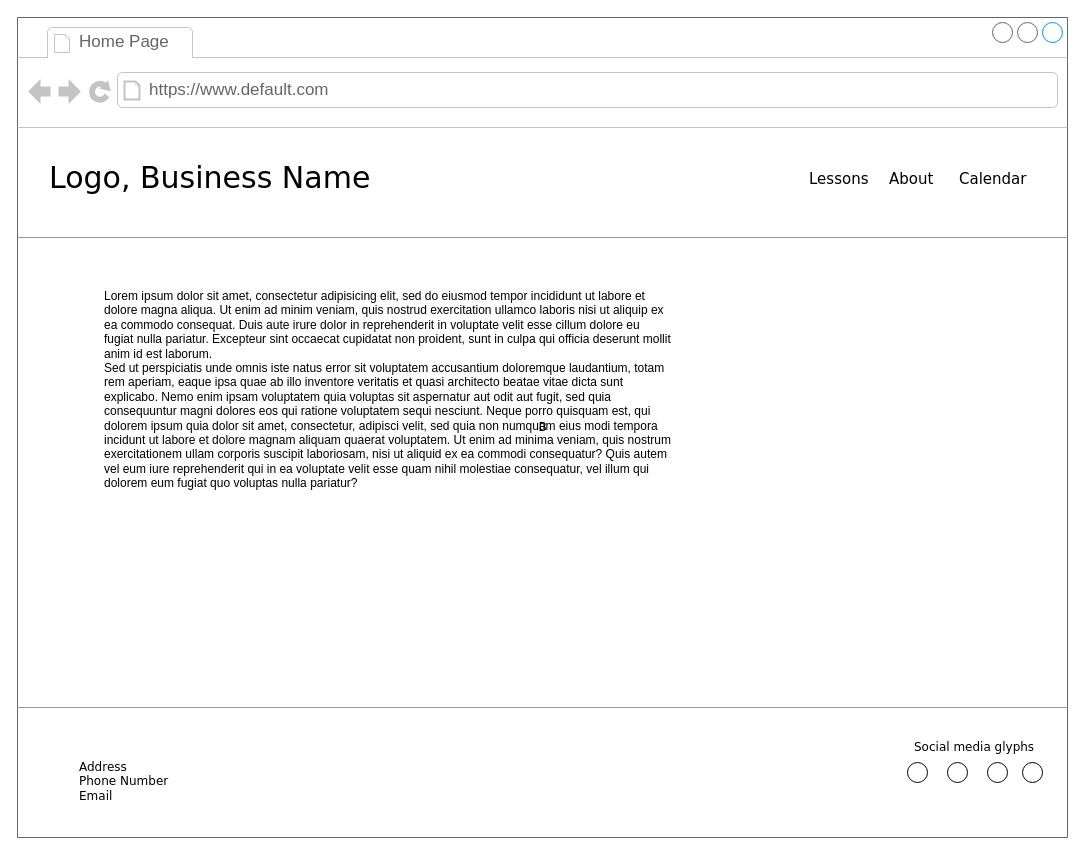
Earlier version of the draw.io diagram page "Home Page (Lg Screen)" (2 of 5) of sketches/sitemap-and-layouts.drawio (cyyllam/archery-site). Source tidied: cells renumbered, new cells numbered last; positions are measured from the earlier drawing's top-left corner, leaving out a move shared by most shapes. Both pictures are drawn from the tidied source at 100%, with x=0, y=0 at pixel (17, 17).
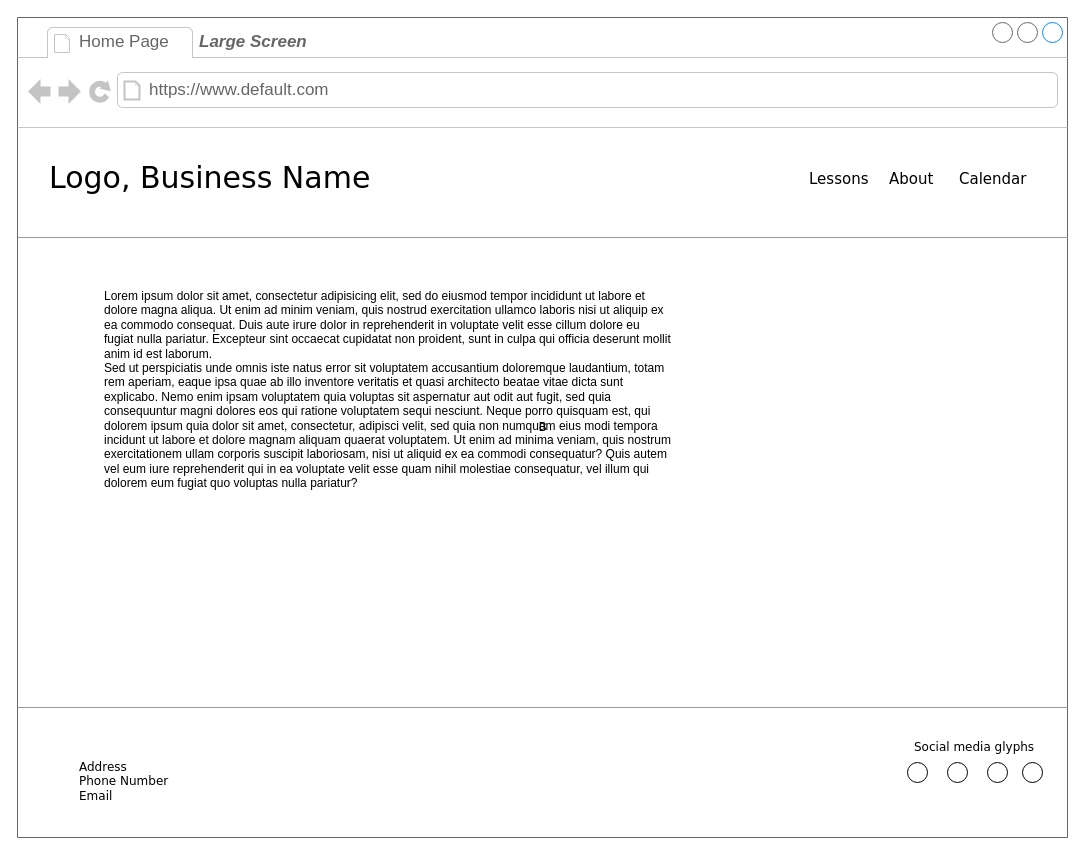
Above is the later version.

Commit message (it also covers changes not shown here):
updated sketches with small screen option

What changed in the source:
```diff
@@
 <mxGraphModel background="#ffffff">
   <root>
     <mxCell id="0" />
     <mxCell id="1" parent="0" />
     <mxCell id="2" value="B" style="strokeWidth=1;shadow=0;dashed=0;align=center;html=1;shape=mxgraph.mockup.containers.browserWindow;rSize=0;strokeColor=#666666;mainText=,;rounded=0;labelBackgroundColor=none;fontFamily=Verdana;fontSize=12;" parent="1" vertex="1">
       <mxGeometry width="1050" height="820" as="geometry" />
     </mxCell>
     <mxCell id="3" value="Home Page" style="strokeWidth=1;shadow=0;dashed=0;align=center;html=1;shape=mxgraph.mockup.containers.anchor;fontSize=17;fontColor=#666666;align=left;" parent="2" vertex="1">
       <mxGeometry x="60" y="12" width="110" height="26" as="geometry" />
     </mxCell>
     <mxCell id="4" value="https://www.default.com" style="strokeWidth=1;shadow=0;dashed=0;align=center;html=1;shape=mxgraph.mockup.containers.anchor;rSize=0;fontSize=17;fontColor=#666666;align=left;" parent="2" vertex="1">
       <mxGeometry x="130" y="60" width="250" height="26" as="geometry" />
     </mxCell>
     <mxCell id="5" value="Logo, Business Name" style="text;html=1;align=left;verticalAlign=top;spacingTop=-4;fontSize=30;fontFamily=Verdana;" parent="2" vertex="1">
       <mxGeometry x="30" y="140" width="340" height="50" as="geometry" />
     </mxCell>
     <mxCell id="6" style="verticalLabelPosition=bottom;shadow=0;dashed=0;align=center;html=1;verticalAlign=top;strokeWidth=1;shape=mxgraph.mockup.markup.line;strokeColor=#999999;rounded=0;labelBackgroundColor=none;fillColor=#ffffff;fontFamily=Verdana;fontSize=12;fontColor=#000000;" parent="2" vertex="1">
       <mxGeometry y="210" width="1050" height="20" as="geometry" />
     </mxCell>
     <mxCell id="7" value="Lorem ipsum dolor sit amet, consectetur adipisicing elit, sed do eiusmod tempor incididunt ut labore et dolore magna aliqua. Ut enim ad minim veniam, quis nostrud exercitation ullamco laboris nisi ut aliquip ex ea commodo consequat. Duis aute irure dolor in reprehenderit in voluptate velit esse cillum dolore eu fugiat nulla pariatur. Excepteur sint occaecat cupidatat non proident, sunt in culpa qui officia deserunt mollit anim id est laborum.&#10;Sed ut perspiciatis unde omnis iste natus error sit voluptatem accusantium doloremque laudantium, totam rem aperiam, eaque ipsa quae ab illo inventore veritatis et quasi architecto beatae vitae dicta sunt explicabo. Nemo enim ipsam voluptatem quia voluptas sit aspernatur aut odit aut fugit, sed quia consequuntur magni dolores eos qui ratione voluptatem sequi nesciunt. Neque porro quisquam est, qui dolorem ipsum quia dolor sit amet, consectetur, adipisci velit, sed quia non numquam eius modi tempora incidunt ut labore et dolore magnam aliquam quaerat voluptatem. Ut enim ad minima veniam, quis nostrum exercitationem ullam corporis suscipit laboriosam, nisi ut aliquid ex ea commodi consequatur? Quis autem vel eum iure reprehenderit qui in ea voluptate velit esse quam nihil molestiae consequatur, vel illum qui dolorem eum fugiat quo voluptas nulla pariatur?" style="text;spacingTop=-5;whiteSpace=wrap;html=1;align=left;fontSize=12;fontFamily=Helvetica;fillColor=none;strokeColor=none;rounded=0;shadow=1;labelBackgroundColor=none;" parent="2" vertex="1">
       <mxGeometry x="85" y="270" width="570" height="240" as="geometry" />
     </mxCell>
     <mxCell id="8" style="verticalLabelPosition=bottom;shadow=0;dashed=0;align=center;html=1;verticalAlign=top;strokeWidth=1;shape=mxgraph.mockup.markup.line;strokeColor=#999999;rounded=0;labelBackgroundColor=none;fillColor=#ffffff;fontFamily=Verdana;fontSize=12;fontColor=#000000;" parent="2" vertex="1">
       <mxGeometry y="680" width="1050" height="20" as="geometry" />
     </mxCell>
     <mxCell id="9" value="Address&lt;br&gt;Phone Number&lt;br&gt;Email" style="text;html=1;align=left;verticalAlign=top;spacingTop=-4;fontSize=12;fontFamily=Verdana;whiteSpace=wrap;" parent="2" vertex="1">
       <mxGeometry x="60" y="740" width="240" height="50" as="geometry" />
     </mxCell>
     <mxCell id="10" value="Lessons" style="text;html=1;align=left;verticalAlign=top;spacingTop=-4;fontSize=15;fontFamily=Verdana;" parent="2" vertex="1">
       <mxGeometry x="790" y="150" width="90" height="30" as="geometry" />
     </mxCell>
     <mxCell id="11" value="Calendar" style="text;html=1;align=left;verticalAlign=top;spacingTop=-4;fontSize=15;fontFamily=Verdana;" parent="2" vertex="1">
       <mxGeometry x="940" y="150" width="90" height="30" as="geometry" />
     </mxCell>
     <mxCell id="12" value="About" style="text;html=1;align=left;verticalAlign=top;spacingTop=-4;fontSize=15;fontFamily=Verdana;" parent="2" vertex="1">
       <mxGeometry x="870" y="150" width="60" height="30" as="geometry" />
     </mxCell>
     <mxCell id="13" style="ellipse;whiteSpace=wrap;html=1;" parent="2" vertex="1">
       <mxGeometry x="890" y="745" width="20" height="20" as="geometry" />
     </mxCell>
     <mxCell id="14" style="ellipse;whiteSpace=wrap;html=1;" parent="2" vertex="1">
       <mxGeometry x="1005" y="745" width="20" height="20" as="geometry" />
     </mxCell>
     <mxCell id="15" style="ellipse;whiteSpace=wrap;html=1;" parent="2" vertex="1">
       <mxGeometry x="970" y="745" width="20" height="20" as="geometry" />
     </mxCell>
     <mxCell id="16" style="ellipse;whiteSpace=wrap;html=1;" parent="2" vertex="1">
       <mxGeometry x="930" y="745" width="20" height="20" as="geometry" />
     </mxCell>
     <mxCell id="17" value="Social media glyphs" style="text;html=1;align=left;verticalAlign=top;spacingTop=-4;fontSize=12;fontFamily=Verdana;whiteSpace=wrap;" parent="2" vertex="1">
       <mxGeometry x="895" y="720" width="130" height="20" as="geometry" />
     </mxCell>
+    <mxCell id="18" value="Large Screen" style="strokeWidth=1;shadow=0;dashed=0;align=center;html=1;shape=mxgraph.mockup.containers.anchor;fontSize=17;fontColor=#666666;align=left;fontStyle=3;" parent="2" vertex="1">
+      <mxGeometry x="180" y="12" width="110" height="26" as="geometry" />
+    </mxCell>
   </root>
 </mxGraphModel>
```
